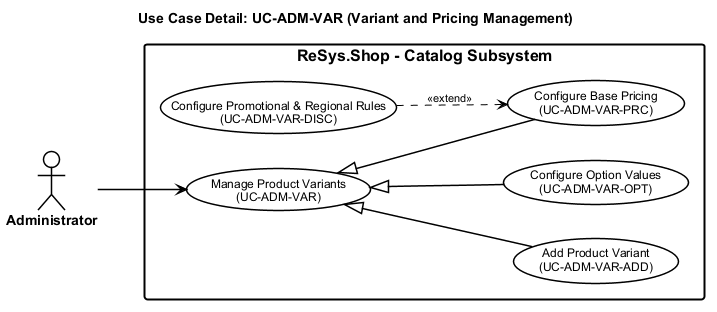
Above: thesis/figures/chapters/part2/ch2-design/02-use-cases/diagrams/P2S2.2.2_usecase-variant-pricing.png in qingfa-dev/ReSys.Shop (PlantUML), before the change. Its diagram source:
```plantuml
@startuml usecase-variant-pricing
left to right direction

<style>
  root {
    FontName "Arial"
    FontSize 14
    Shadowing 0
  }
  actor {
    BackGroundColor #FFFFFF
    LineColor #000000
    LineThickness 1.5
    FontColor #000000
    FontStyle bold
    FontSize 14
  }
  usecase {
    BackGroundColor #FFFFFF
    LineColor #000000
    LineThickness 1.5
    FontColor #000000
    FontSize 12
  }
  rectangle {
    BackGroundColor #FFFFFF
    LineColor #000000
    LineThickness 2
    FontStyle bold
    FontSize 16
  }
  arrow {
    LineColor #000000
    LineThickness 1.5
    FontSize 11
  }
</style>

title Use Case Detail: UC-ADM-VAR (Variant and Pricing Management)

actor "Administrator" as Admin

rectangle "ReSys.Shop - Catalog Subsystem" {

  usecase "Manage Product Variants\n(UC-ADM-VAR)" as UC_MAIN
  usecase "Add Product Variant\n(UC-ADM-VAR-ADD)" as UC_ADD
  usecase "Configure Option Values\n(UC-ADM-VAR-OPT)" as UC_OPT
  usecase "Configure Base Pricing\n(UC-ADM-VAR-PRC)" as UC_PRC
  usecase "Configure Promotional & Regional Rules\n(UC-ADM-VAR-DISC)" as UC_RULES

}

Admin --> UC_MAIN

UC_MAIN <|-- UC_ADD
UC_MAIN <|-- UC_OPT
UC_MAIN <|-- UC_PRC

UC_RULES ..> UC_PRC : <<extend>>

@enduml
```
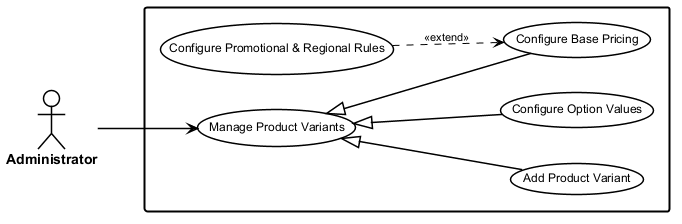
After the commit.

What changed in the source:
```diff
@@ -36,17 +36,16 @@
   }
 </style>
 
-title Use Case Detail: UC-ADM-VAR (Variant and Pricing Management)
 
 actor "Administrator" as Admin
 
-rectangle "ReSys.Shop - Catalog Subsystem" {
+rectangle {
 
-  usecase "Manage Product Variants\n(UC-ADM-VAR)" as UC_MAIN
-  usecase "Add Product Variant\n(UC-ADM-VAR-ADD)" as UC_ADD
-  usecase "Configure Option Values\n(UC-ADM-VAR-OPT)" as UC_OPT
-  usecase "Configure Base Pricing\n(UC-ADM-VAR-PRC)" as UC_PRC
-  usecase "Configure Promotional & Regional Rules\n(UC-ADM-VAR-DISC)" as UC_RULES
+  usecase "Manage Product Variants" as UC_MAIN
+  usecase "Add Product Variant" as UC_ADD
+  usecase "Configure Option Values" as UC_OPT
+  usecase "Configure Base Pricing" as UC_PRC
+  usecase "Configure Promotional & Regional Rules" as UC_RULES
 
 }
 
```
